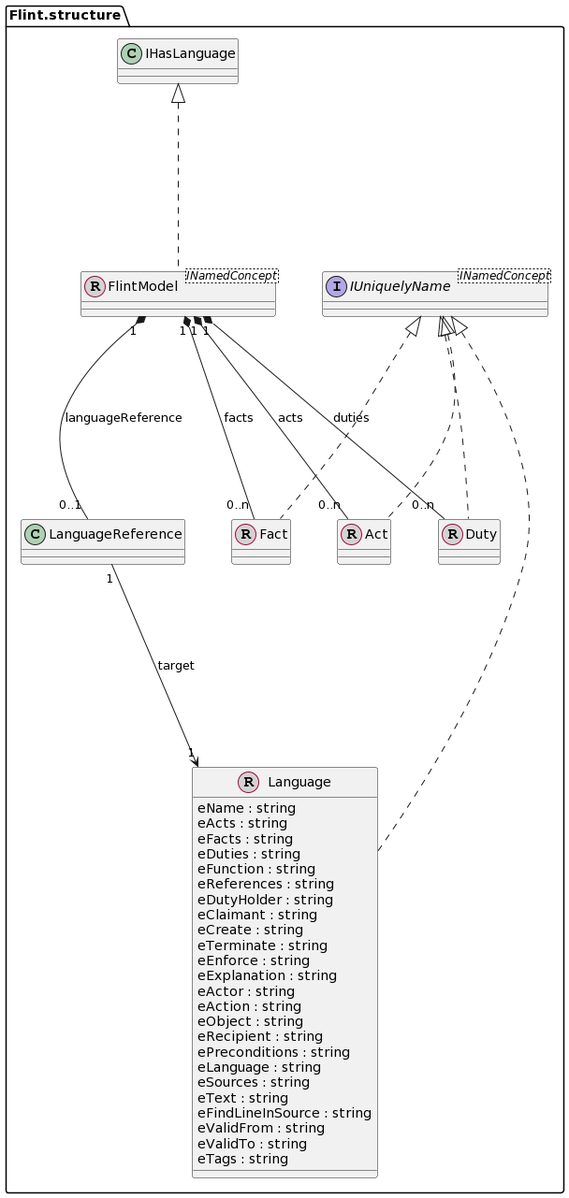
Earlier version of the PlantUML export docs/uml/flintmodel-model.png (discipl/flinteditor-mps). The source it was exported from:
```plantuml
@startuml
skinparam nodesep 50
skinparam ranksep 200

class "Flint.structure.FlintModel" <INamedConcept> << (R, lightgrey) >>
class "Flint.structure.Fact"  << (R, lightgrey) >>
class "Flint.structure.Act"  << (R, lightgrey) >>
class "Flint.structure.Duty"  << (R, lightgrey) >>
class "Flint.structure.LanguageReference"
class "Flint.structure.Language"  << (R, lightgrey) >>
"Flint.structure.Language" : eName : string
"Flint.structure.Language" : eActs : string
"Flint.structure.Language" : eFacts : string
"Flint.structure.Language" : eDuties : string
"Flint.structure.Language" : eFunction : string
"Flint.structure.Language" : eReferences : string
"Flint.structure.Language" : eDutyHolder : string
"Flint.structure.Language" : eClaimant : string
"Flint.structure.Language" : eCreate : string
"Flint.structure.Language" : eTerminate : string
"Flint.structure.Language" : eEnforce : string
"Flint.structure.Language" : eExplanation : string
"Flint.structure.Language" : eActor : string
"Flint.structure.Language" : eAction : string
"Flint.structure.Language" : eObject : string
"Flint.structure.Language" : eRecipient : string
"Flint.structure.Language" : ePreconditions : string
"Flint.structure.Language" : eLanguage : string
"Flint.structure.Language" : eSources : string
"Flint.structure.Language" : eText : string
"Flint.structure.Language" : eFindLineInSource : string
"Flint.structure.Language" : eValidFrom : string
"Flint.structure.Language" : eValidTo : string
"Flint.structure.Language" : eTags : string
interface "Flint.structure.IUniquelyName" <INamedConcept>



"Flint.structure.IHasLanguage" <|.. "Flint.structure.FlintModel"
"Flint.structure.FlintModel" "1" *-- "0..n" "Flint.structure.Fact" : facts
"Flint.structure.FlintModel" "1" *-- "0..n" "Flint.structure.Act" : acts
"Flint.structure.FlintModel" "1" *-- "0..n" "Flint.structure.Duty" : duties
"Flint.structure.FlintModel" "1" *-- "0..1" "Flint.structure.LanguageReference" : languageReference
"Flint.structure.LanguageReference" "1" --> "1" "Flint.structure.Language" : target
"Flint.structure.IUniquelyName" <|.. "Flint.structure.Language"
"Flint.structure.IUniquelyName" <|.. "Flint.structure.Fact"
"Flint.structure.IUniquelyName" <|.. "Flint.structure.Act"
"Flint.structure.IUniquelyName" <|.. "Flint.structure.Duty"
@enduml
```
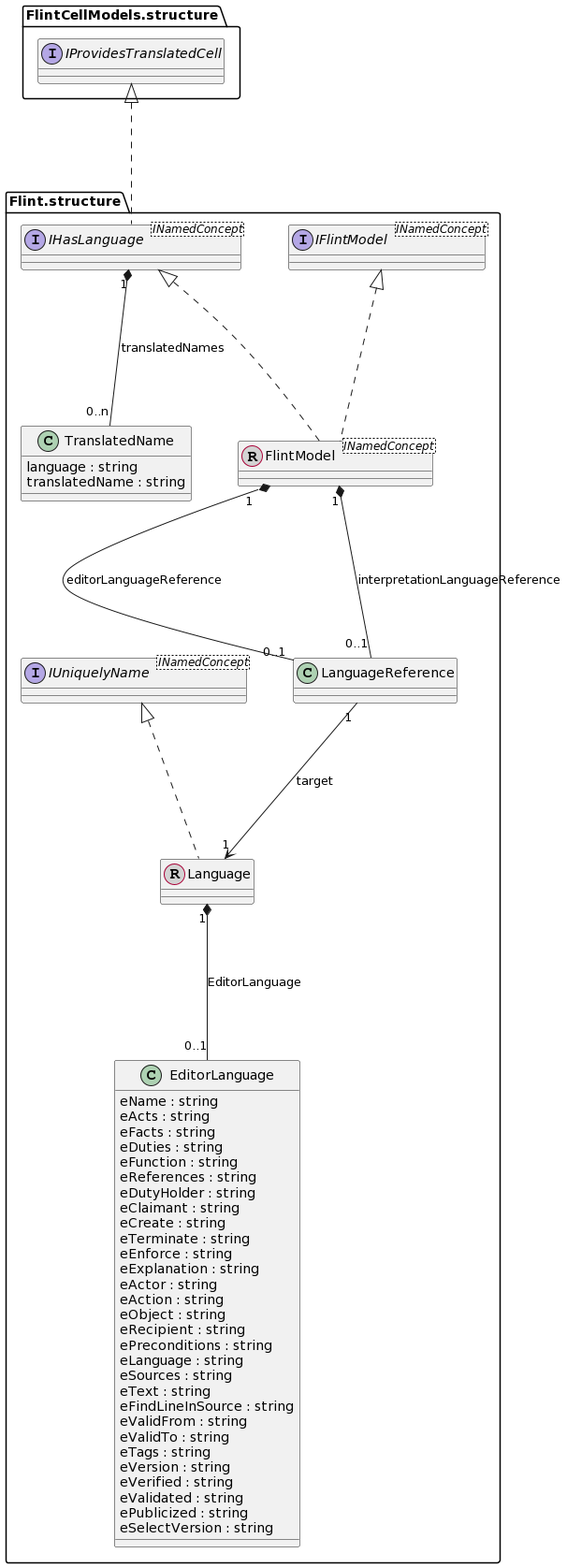
Later version of the same file.

Diff of the diagram source:
```diff
@@ -1,49 +1,55 @@
 @startuml
 skinparam nodesep 50
-skinparam ranksep 200
+skinparam ranksep 150
 
+interface "Flint.structure.IFlintModel" <INamedConcept>
+interface "Flint.structure.IHasLanguage" <INamedConcept>
+interface "FlintCellModels.structure.IProvidesTranslatedCell"
+interface "Flint.structure.IUniquelyName" <INamedConcept>
+class "Flint.structure.Language"  << (R, lightgrey) >>
+class "Flint.structure.LanguageReference"
 class "Flint.structure.FlintModel" <INamedConcept> << (R, lightgrey) >>
-class "Flint.structure.Fact"  << (R, lightgrey) >>
-class "Flint.structure.Act"  << (R, lightgrey) >>
-class "Flint.structure.Duty"  << (R, lightgrey) >>
-class "Flint.structure.LanguageReference"
-class "Flint.structure.Language"  << (R, lightgrey) >>
-"Flint.structure.Language" : eName : string
-"Flint.structure.Language" : eActs : string
-"Flint.structure.Language" : eFacts : string
-"Flint.structure.Language" : eDuties : string
-"Flint.structure.Language" : eFunction : string
-"Flint.structure.Language" : eReferences : string
-"Flint.structure.Language" : eDutyHolder : string
-"Flint.structure.Language" : eClaimant : string
-"Flint.structure.Language" : eCreate : string
-"Flint.structure.Language" : eTerminate : string
-"Flint.structure.Language" : eEnforce : string
-"Flint.structure.Language" : eExplanation : string
-"Flint.structure.Language" : eActor : string
-"Flint.structure.Language" : eAction : string
-"Flint.structure.Language" : eObject : string
-"Flint.structure.Language" : eRecipient : string
-"Flint.structure.Language" : ePreconditions : string
-"Flint.structure.Language" : eLanguage : string
-"Flint.structure.Language" : eSources : string
-"Flint.structure.Language" : eText : string
-"Flint.structure.Language" : eFindLineInSource : string
-"Flint.structure.Language" : eValidFrom : string
-"Flint.structure.Language" : eValidTo : string
-"Flint.structure.Language" : eTags : string
-interface "Flint.structure.IUniquelyName" <INamedConcept>
+class "Flint.structure.EditorLanguage"
+"Flint.structure.EditorLanguage" : eName : string
+"Flint.structure.EditorLanguage" : eActs : string
+"Flint.structure.EditorLanguage" : eFacts : string
+"Flint.structure.EditorLanguage" : eDuties : string
+"Flint.structure.EditorLanguage" : eFunction : string
+"Flint.structure.EditorLanguage" : eReferences : string
+"Flint.structure.EditorLanguage" : eDutyHolder : string
+"Flint.structure.EditorLanguage" : eClaimant : string
+"Flint.structure.EditorLanguage" : eCreate : string
+"Flint.structure.EditorLanguage" : eTerminate : string
+"Flint.structure.EditorLanguage" : eEnforce : string
+"Flint.structure.EditorLanguage" : eExplanation : string
+"Flint.structure.EditorLanguage" : eActor : string
+"Flint.structure.EditorLanguage" : eAction : string
+"Flint.structure.EditorLanguage" : eObject : string
+"Flint.structure.EditorLanguage" : eRecipient : string
+"Flint.structure.EditorLanguage" : ePreconditions : string
+"Flint.structure.EditorLanguage" : eLanguage : string
+"Flint.structure.EditorLanguage" : eSources : string
+"Flint.structure.EditorLanguage" : eText : string
+"Flint.structure.EditorLanguage" : eFindLineInSource : string
+"Flint.structure.EditorLanguage" : eValidFrom : string
+"Flint.structure.EditorLanguage" : eValidTo : string
+"Flint.structure.EditorLanguage" : eTags : string
+"Flint.structure.EditorLanguage" : eVersion : string
+"Flint.structure.EditorLanguage" : eVerified : string
+"Flint.structure.EditorLanguage" : eValidated : string
+"Flint.structure.EditorLanguage" : ePublicized : string
+"Flint.structure.EditorLanguage" : eSelectVersion : string
+class "Flint.structure.TranslatedName"
+"Flint.structure.TranslatedName" : language : string
+"Flint.structure.TranslatedName" : translatedName : string
 
-
-
+"FlintCellModels.structure.IProvidesTranslatedCell" <|.. "Flint.structure.IHasLanguage"
+"Flint.structure.IUniquelyName" <|.. "Flint.structure.Language"
+"Flint.structure.IFlintModel" <|.. "Flint.structure.FlintModel"
 "Flint.structure.IHasLanguage" <|.. "Flint.structure.FlintModel"
-"Flint.structure.FlintModel" "1" *-- "0..n" "Flint.structure.Fact" : facts
-"Flint.structure.FlintModel" "1" *-- "0..n" "Flint.structure.Act" : acts
-"Flint.structure.FlintModel" "1" *-- "0..n" "Flint.structure.Duty" : duties
-"Flint.structure.FlintModel" "1" *-- "0..1" "Flint.structure.LanguageReference" : languageReference
+"Flint.structure.Language" "1" *-- "0..1" "Flint.structure.EditorLanguage" : EditorLanguage
 "Flint.structure.LanguageReference" "1" --> "1" "Flint.structure.Language" : target
-"Flint.structure.IUniquelyName" <|.. "Flint.structure.Language"
-"Flint.structure.IUniquelyName" <|.. "Flint.structure.Fact"
-"Flint.structure.IUniquelyName" <|.. "Flint.structure.Act"
-"Flint.structure.IUniquelyName" <|.. "Flint.structure.Duty"
+"Flint.structure.IHasLanguage" "1" *-- "0..n" "Flint.structure.TranslatedName" : translatedNames
+"Flint.structure.FlintModel" "1" *-- "0..1" "Flint.structure.LanguageReference" : editorLanguageReference
+"Flint.structure.FlintModel" "1" *-- "0..1" "Flint.structure.LanguageReference" : interpretationLanguageReference
 @enduml
```
